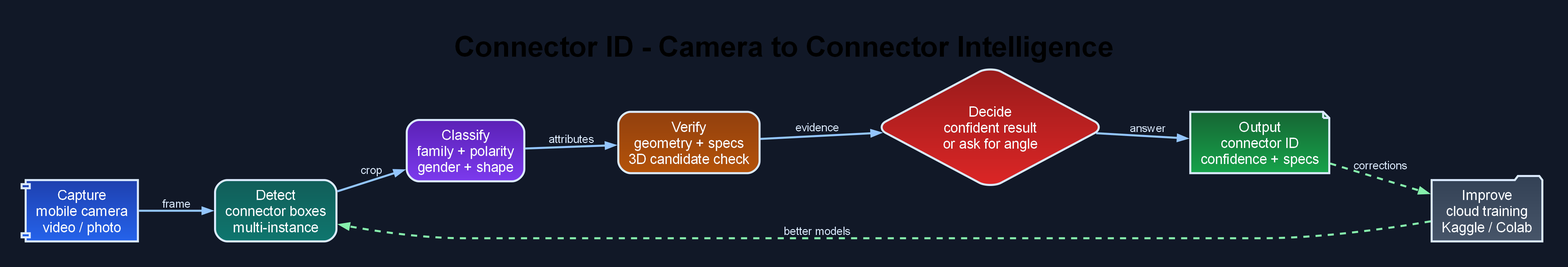
Above: docs/README_TECHNICAL_OVERVIEW.png in probably-on-fire/hotdogornot (Graphviz), before the change. Its source is kept beside it as docs/README_TECHNICAL_OVERVIEW.dot.
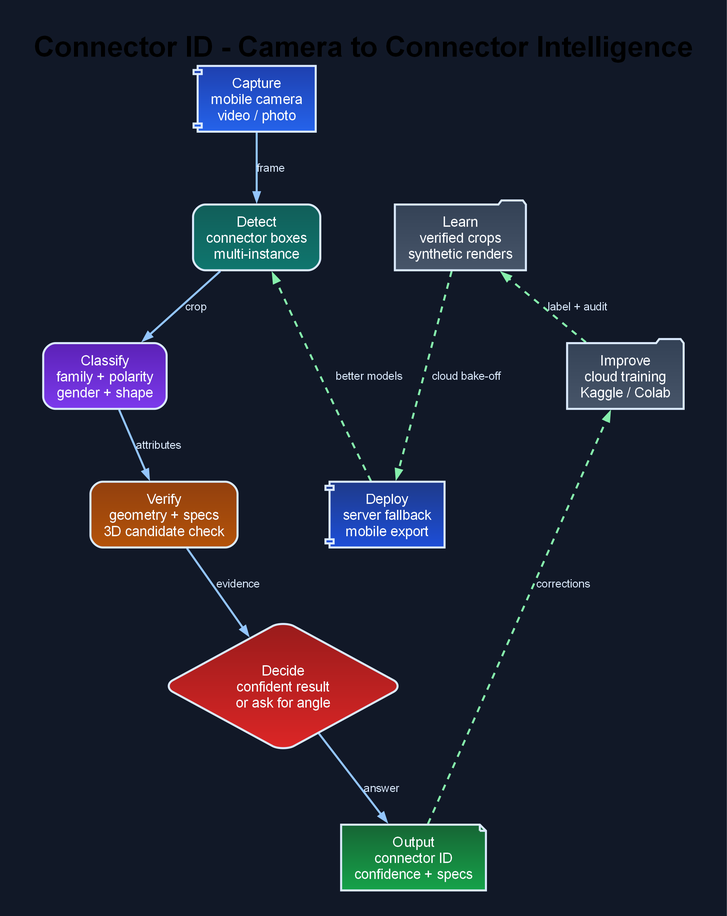
Above is the later version.

Commit message:
Reflow README technical overview vertically

What changed in the source:
```diff
@@ -6,12 +6,13 @@
     fontname="Arial Bold";
     bgcolor="#111827";
     pad=0.35;
-    rankdir=LR;
-    ranksep=0.65;
-    nodesep=0.45;
+    rankdir=TB;
+    ranksep=0.80;
+    nodesep=0.72;
     splines=spline;
     outputorder=edgesfirst;
     dpi=220;
+    ratio=compress;
   ];
 
   node [
@@ -19,7 +20,7 @@
     style="rounded,filled";
     fontname="Arial";
     fontsize=14;
-    margin="0.14,0.09";
+    margin="0.18,0.12";
     color="#dbeafe";
     fontcolor="#f8fafc";
     penwidth=2.0;
@@ -80,11 +81,31 @@
     gradientangle=90;
   ];
 
+  training_data [
+    label="Learn\nverified crops\nsynthetic renders";
+    shape=folder;
+    fillcolor="#475569:#334155";
+    gradientangle=90;
+  ];
+
+  export [
+    label="Deploy\nserver fallback\nmobile export";
+    shape=component;
+    fillcolor="#1d4ed8:#1e3a8a";
+    gradientangle=90;
+  ];
+
+  { rank=same; detect; training_data; }
+  { rank=same; classify; feedback; }
+  { rank=same; verify; export; }
+
   capture -> detect [label="frame"];
   detect -> classify [label="crop"];
   classify -> verify [label="attributes"];
   verify -> decide [label="evidence"];
   decide -> result [label="answer"];
   result -> feedback [label="corrections", style=dashed, color="#86efac"];
-  feedback -> detect [label="better models", style=dashed, color="#86efac"];
+  feedback -> training_data [label="label + audit", style=dashed, color="#86efac"];
+  training_data -> export [label="cloud bake-off", style=dashed, color="#86efac"];
+  export -> detect [label="better models", style=dashed, color="#86efac"];
 }
```
